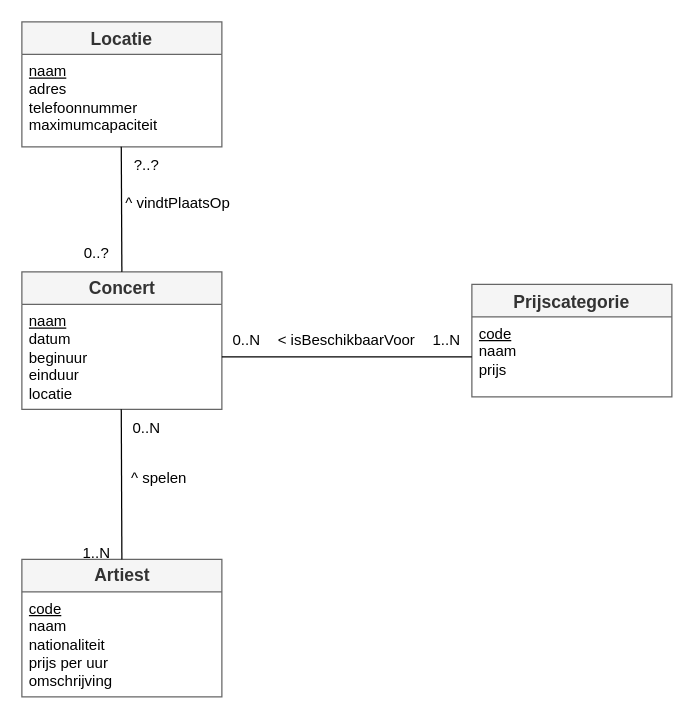
Before: 2025-2026/Databases/Workshops/01 - Conceptueel Model/05 - Concerten.drawio in Jelle-Rijk/Toegepaste-Informatica-Hogent, a draw.io diagram. Source tidied: cells renumbered, new cells numbered last; positions are measured from the earlier drawing's top-left corner, leaving out a move shared by most shapes. Both pictures are drawn from the tidied source at 125%, with x=0, y=0 at pixel (21, 21).
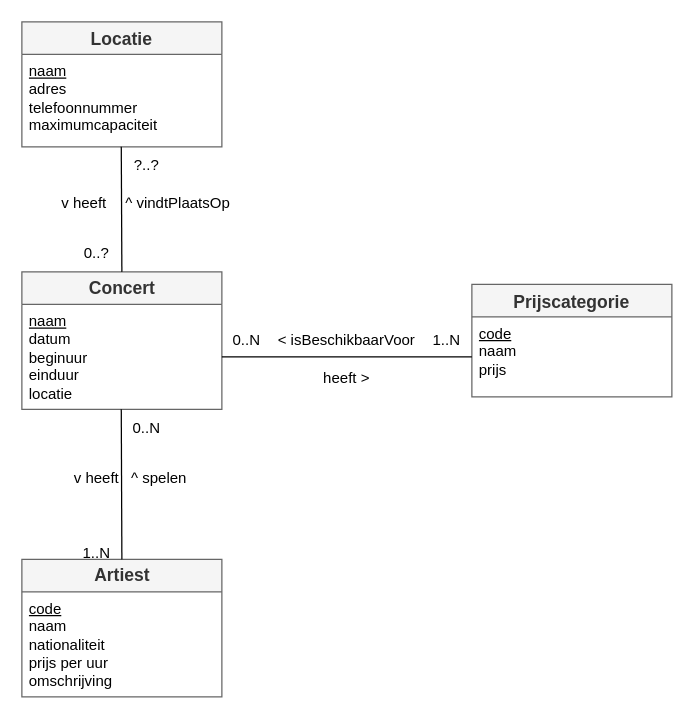
After the change.

The edit, as a diff of the source:
```diff
@@
+    <mxCell id="22" value="heeft &amp;gt;" style="text;html=1;whiteSpace=wrap;strokeColor=none;fillColor=none;align=center;verticalAlign=middle;rounded=0;" parent="1" vertex="1">
+      <mxGeometry x="230" y="270" width="60" height="30" as="geometry" />
+    </mxCell>
+    <mxCell id="23" value="v heeft" style="text;html=1;whiteSpace=wrap;strokeColor=none;fillColor=none;align=center;verticalAlign=middle;rounded=0;" parent="1" vertex="1">
+      <mxGeometry x="30" y="350" width="60" height="30" as="geometry" />
+    </mxCell>
+    <mxCell id="24" value="v heeft" style="text;html=1;whiteSpace=wrap;strokeColor=none;fillColor=none;align=center;verticalAlign=middle;rounded=0;" parent="1" vertex="1">
+      <mxGeometry x="20" y="130" width="60" height="30" as="geometry" />
+    </mxCell>
```
